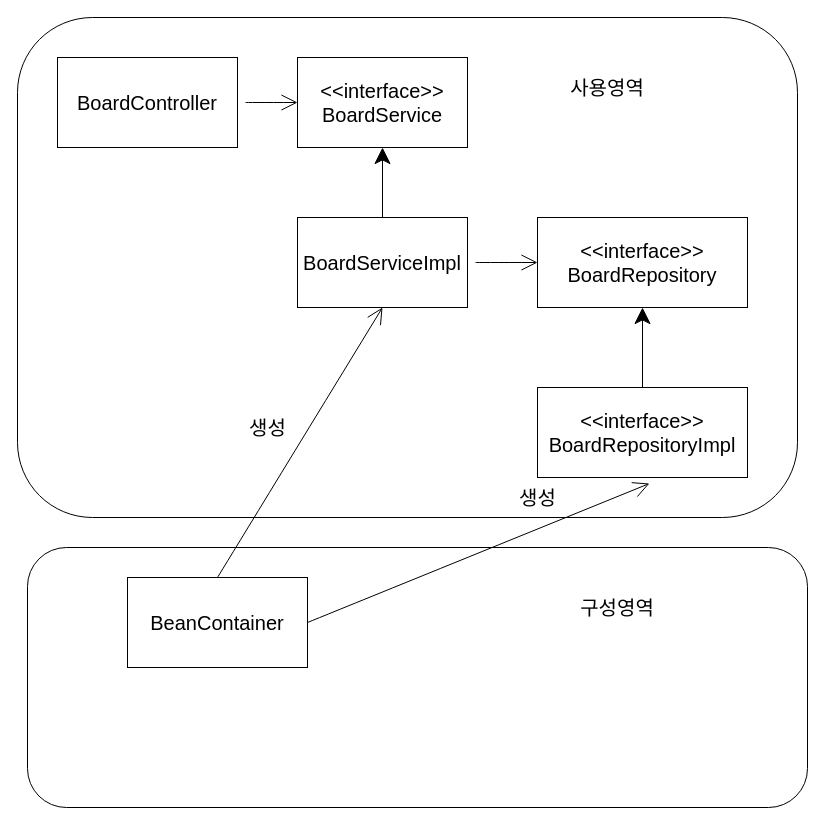
Earlier version of the draw.io diagram Untitled Diagram.drawio (salmon2/basicSpringJPA). Source tidied: cells renumbered, new cells numbered last; positions are measured from the earlier drawing's top-left corner, leaving out a move shared by most shapes. Both pictures are drawn from the tidied source at 100%, with x=0, y=0 at pixel (17, 17).
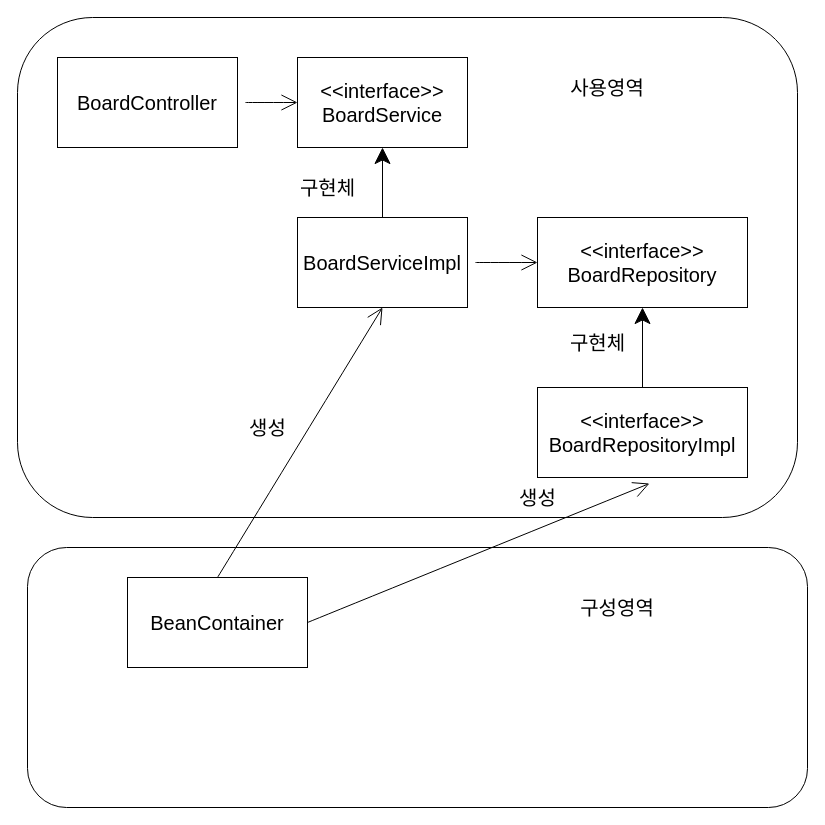
After the change.

Diff of the diagram source:
```diff
@@
+    <mxCell id="20" value="&lt;font style=&quot;font-size: 20px&quot;&gt;구현체&lt;/font&gt;" style="text;html=1;align=center;verticalAlign=middle;strokeColor=none;fillColor=none;" parent="1" vertex="1">
+      <mxGeometry x="270" y="160" width="80" height="20" as="geometry" />
+    </mxCell>
+    <mxCell id="21" value="&lt;font style=&quot;font-size: 20px&quot;&gt;구현체&lt;/font&gt;" style="text;html=1;align=center;verticalAlign=middle;strokeColor=none;fillColor=none;" parent="1" vertex="1">
+      <mxGeometry x="540" y="315" width="80" height="20" as="geometry" />
+    </mxCell>
```
